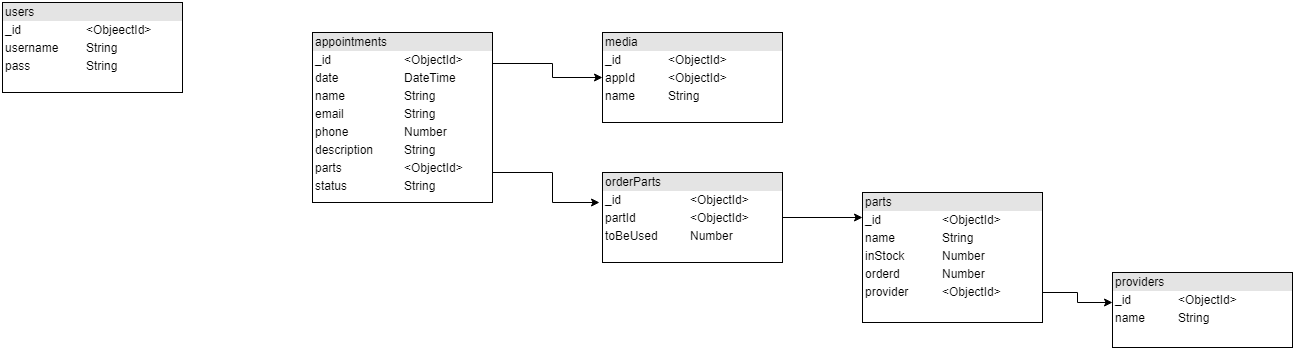
The draw.io diagram arhitecture/Database.png in argalex/BikeS, before a commit. Source tidied: cells renumbered, new cells last; positions are measured from the earlier drawing's top-left corner, leaving out a move shared by most shapes. Source of this version:
```xml
<mxGraphModel background="#ffffff">
  <root>
    <mxCell id="0" />
    <mxCell id="1" parent="0" />
    <mxCell id="2" value="&lt;div style=&quot;box-sizing: border-box ; width: 100% ; background: #e4e4e4 ; padding: 2px&quot;&gt;users&lt;/div&gt;&lt;table style=&quot;width: 100% ; font-size: 1em&quot; cellpadding=&quot;2&quot; cellspacing=&quot;0&quot;&gt;&lt;tbody&gt;&lt;tr&gt;&lt;td&gt;_id&lt;/td&gt;&lt;td&gt;&amp;lt;ObjeectId&amp;gt;&lt;/td&gt;&lt;/tr&gt;&lt;tr&gt;&lt;td&gt;username&lt;/td&gt;&lt;td&gt;String&lt;/td&gt;&lt;/tr&gt;&lt;tr&gt;&lt;td&gt;pass&lt;/td&gt;&lt;td&gt;String&lt;/td&gt;&lt;/tr&gt;&lt;/tbody&gt;&lt;/table&gt;" style="verticalAlign=top;align=left;overflow=fill;html=1;" parent="1" vertex="1">
      <mxGeometry width="180" height="90" as="geometry" />
    </mxCell>
    <mxCell id="3" style="edgeStyle=orthogonalEdgeStyle;rounded=0;jettySize=auto;html=1;exitX=1;exitY=0.194;exitDx=0;exitDy=0;exitPerimeter=0;entryX=0;entryY=0.5;entryDx=0;entryDy=0;" parent="1" edge="1" source="5" target="6">
      <mxGeometry relative="1" as="geometry">
        <Array as="points">
          <mxPoint x="550" y="61" />
          <mxPoint x="550" y="75" />
        </Array>
      </mxGeometry>
    </mxCell>
    <mxCell id="4" style="edgeStyle=orthogonalEdgeStyle;rounded=0;jettySize=auto;html=1;" parent="1" edge="1" source="5">
      <mxGeometry relative="1" as="geometry">
        <mxPoint x="597" y="200" as="targetPoint" />
        <Array as="points">
          <mxPoint x="550" y="170" />
          <mxPoint x="550" y="200" />
        </Array>
      </mxGeometry>
    </mxCell>
    <mxCell id="5" value="&lt;div style=&quot;box-sizing: border-box ; width: 100% ; background: #e4e4e4 ; padding: 2px&quot;&gt;appointments&lt;/div&gt;&lt;table style=&quot;width: 100% ; font-size: 1em&quot; cellpadding=&quot;2&quot; cellspacing=&quot;0&quot;&gt;&lt;tbody&gt;&lt;tr&gt;&lt;td&gt;_id&lt;/td&gt;&lt;td&gt;&amp;lt;ObjectId&amp;gt;&lt;/td&gt;&lt;/tr&gt;&lt;tr&gt;&lt;td&gt;date&lt;/td&gt;&lt;td&gt;DateTime&lt;/td&gt;&lt;/tr&gt;&lt;tr&gt;&lt;td&gt;name&lt;/td&gt;&lt;td&gt;String&lt;/td&gt;&lt;/tr&gt;&lt;tr&gt;&lt;td&gt;email&lt;/td&gt;&lt;td&gt;String&lt;/td&gt;&lt;/tr&gt;&lt;tr&gt;&lt;td&gt;phone&lt;/td&gt;&lt;td&gt;Number&lt;/td&gt;&lt;/tr&gt;&lt;tr&gt;&lt;td&gt;description&lt;/td&gt;&lt;td&gt;String&lt;/td&gt;&lt;/tr&gt;&lt;tr&gt;&lt;td&gt;parts&lt;/td&gt;&lt;td&gt;&amp;lt;ObjectId&amp;gt;&lt;/td&gt;&lt;/tr&gt;&lt;tr&gt;&lt;td&gt;status&lt;/td&gt;&lt;td&gt;String&lt;/td&gt;&lt;/tr&gt;&lt;tr&gt;&lt;td&gt;&lt;br&gt;&lt;/td&gt;&lt;td&gt;&lt;/td&gt;&lt;/tr&gt;&lt;/tbody&gt;&lt;/table&gt;" style="verticalAlign=top;align=left;overflow=fill;html=1;" parent="1" vertex="1">
      <mxGeometry x="310" y="30" width="180" height="170" as="geometry" />
    </mxCell>
    <mxCell id="6" value="&lt;div style=&quot;box-sizing: border-box ; width: 100% ; background: #e4e4e4 ; padding: 2px&quot;&gt;media&lt;/div&gt;&lt;table style=&quot;width: 100% ; font-size: 1em&quot; cellpadding=&quot;2&quot; cellspacing=&quot;0&quot;&gt;&lt;tbody&gt;&lt;tr&gt;&lt;td&gt;_id&lt;/td&gt;&lt;td&gt;&amp;lt;ObjectId&amp;gt;&lt;/td&gt;&lt;/tr&gt;&lt;tr&gt;&lt;td&gt;appId&lt;/td&gt;&lt;td&gt;&amp;lt;ObjectId&amp;gt;&lt;/td&gt;&lt;/tr&gt;&lt;tr&gt;&lt;td&gt;name&lt;/td&gt;&lt;td&gt;String&lt;/td&gt;&lt;/tr&gt;&lt;/tbody&gt;&lt;/table&gt;" style="verticalAlign=top;align=left;overflow=fill;html=1;" parent="1" vertex="1">
      <mxGeometry x="600" y="30" width="180" height="90" as="geometry" />
    </mxCell>
    <mxCell id="7" style="edgeStyle=orthogonalEdgeStyle;rounded=0;jettySize=auto;html=1;entryX=0;entryY=0.4;entryDx=0;entryDy=0;entryPerimeter=0;" parent="1" edge="1" source="8" target="11">
      <mxGeometry relative="1" as="geometry">
        <Array as="points">
          <mxPoint x="1075" y="290" />
          <mxPoint x="1075" y="300" />
        </Array>
      </mxGeometry>
    </mxCell>
    <mxCell id="8" value="&lt;div style=&quot;box-sizing: border-box ; width: 100% ; background: #e4e4e4 ; padding: 2px&quot;&gt;parts&lt;/div&gt;&lt;table style=&quot;width: 100% ; font-size: 1em&quot; cellpadding=&quot;2&quot; cellspacing=&quot;0&quot;&gt;&lt;tbody&gt;&lt;tr&gt;&lt;td&gt;_id&lt;/td&gt;&lt;td&gt;&amp;lt;ObjectId&amp;gt;&lt;/td&gt;&lt;/tr&gt;&lt;tr&gt;&lt;td&gt;name&lt;/td&gt;&lt;td&gt;String&lt;/td&gt;&lt;/tr&gt;&lt;tr&gt;&lt;td&gt;inStock&lt;/td&gt;&lt;td&gt;Number&lt;/td&gt;&lt;/tr&gt;&lt;tr&gt;&lt;td&gt;orderd&lt;/td&gt;&lt;td&gt;Number&lt;/td&gt;&lt;/tr&gt;&lt;tr&gt;&lt;td&gt;provider&lt;/td&gt;&lt;td&gt;&amp;lt;ObjectId&amp;gt;&lt;/td&gt;&lt;/tr&gt;&lt;/tbody&gt;&lt;/table&gt;" style="verticalAlign=top;align=left;overflow=fill;html=1;" parent="1" vertex="1">
      <mxGeometry x="860" y="190" width="180" height="130" as="geometry" />
    </mxCell>
    <mxCell id="9" style="edgeStyle=orthogonalEdgeStyle;rounded=0;jettySize=auto;html=1;" parent="1" edge="1" source="10">
      <mxGeometry relative="1" as="geometry">
        <mxPoint x="860" y="215" as="targetPoint" />
        <Array as="points">
          <mxPoint x="860" y="215" />
        </Array>
      </mxGeometry>
    </mxCell>
    <mxCell id="10" value="&lt;div style=&quot;box-sizing: border-box ; width: 100% ; background: #e4e4e4 ; padding: 2px&quot;&gt;orderParts&lt;/div&gt;&lt;table style=&quot;width: 100% ; font-size: 1em&quot; cellpadding=&quot;2&quot; cellspacing=&quot;0&quot;&gt;&lt;tbody&gt;&lt;tr&gt;&lt;td&gt;_id&lt;/td&gt;&lt;td&gt;&amp;lt;ObjectId&amp;gt;&lt;/td&gt;&lt;/tr&gt;&lt;tr&gt;&lt;td&gt;partId&lt;/td&gt;&lt;td&gt;&amp;lt;ObjectId&amp;gt;&lt;/td&gt;&lt;/tr&gt;&lt;tr&gt;&lt;td&gt;toBeUsed&lt;/td&gt;&lt;td&gt;Number&lt;/td&gt;&lt;/tr&gt;&lt;/tbody&gt;&lt;/table&gt;" style="verticalAlign=top;align=left;overflow=fill;html=1;" parent="1" vertex="1">
      <mxGeometry x="600" y="170" width="180" height="90" as="geometry" />
    </mxCell>
    <mxCell id="11" value="&lt;div style=&quot;box-sizing: border-box ; width: 100% ; background: #e4e4e4 ; padding: 2px&quot;&gt;providers&lt;/div&gt;&lt;table style=&quot;width: 100% ; font-size: 1em&quot; cellpadding=&quot;2&quot; cellspacing=&quot;0&quot;&gt;&lt;tbody&gt;&lt;tr&gt;&lt;td&gt;_id&lt;/td&gt;&lt;td&gt;&amp;lt;ObjectId&amp;gt;&lt;/td&gt;&lt;/tr&gt;&lt;tr&gt;&lt;td&gt;name&lt;/td&gt;&lt;td&gt;String&lt;/td&gt;&lt;/tr&gt;&lt;/tbody&gt;&lt;/table&gt;" style="verticalAlign=top;align=left;overflow=fill;html=1;" parent="1" vertex="1">
      <mxGeometry x="1110" y="270" width="180" height="75" as="geometry" />
    </mxCell>
  </root>
</mxGraphModel>
```
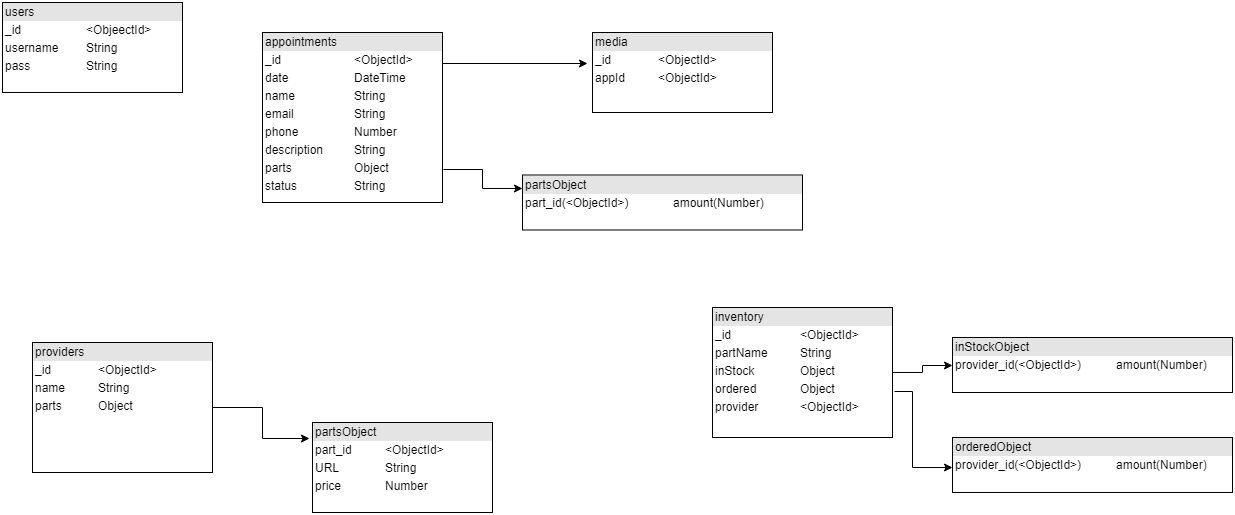
The same diagram one commit later.

What changed in the source:
```diff
@@ -5,53 +5,54 @@
     <mxCell id="2" value="&lt;div style=&quot;box-sizing: border-box ; width: 100% ; background: #e4e4e4 ; padding: 2px&quot;&gt;users&lt;/div&gt;&lt;table style=&quot;width: 100% ; font-size: 1em&quot; cellpadding=&quot;2&quot; cellspacing=&quot;0&quot;&gt;&lt;tbody&gt;&lt;tr&gt;&lt;td&gt;_id&lt;/td&gt;&lt;td&gt;&amp;lt;ObjeectId&amp;gt;&lt;/td&gt;&lt;/tr&gt;&lt;tr&gt;&lt;td&gt;username&lt;/td&gt;&lt;td&gt;String&lt;/td&gt;&lt;/tr&gt;&lt;tr&gt;&lt;td&gt;pass&lt;/td&gt;&lt;td&gt;String&lt;/td&gt;&lt;/tr&gt;&lt;/tbody&gt;&lt;/table&gt;" style="verticalAlign=top;align=left;overflow=fill;html=1;" parent="1" vertex="1">
       <mxGeometry width="180" height="90" as="geometry" />
     </mxCell>
-    <mxCell id="3" style="edgeStyle=orthogonalEdgeStyle;rounded=0;jettySize=auto;html=1;exitX=1;exitY=0.194;exitDx=0;exitDy=0;exitPerimeter=0;entryX=0;entryY=0.5;entryDx=0;entryDy=0;" parent="1" edge="1" source="5" target="6">
+    <mxCell id="3" style="edgeStyle=orthogonalEdgeStyle;rounded=0;jettySize=auto;html=1;exitX=1;exitY=0.194;exitDx=0;exitDy=0;exitPerimeter=0;entryX=-0.028;entryY=0.388;entryDx=0;entryDy=0;entryPerimeter=0;" parent="1" edge="1" source="5" target="6">
       <mxGeometry relative="1" as="geometry">
         <Array as="points">
-          <mxPoint x="550" y="61" />
-          <mxPoint x="550" y="75" />
+          <mxPoint x="440" y="61" />
         </Array>
       </mxGeometry>
     </mxCell>
-    <mxCell id="4" style="edgeStyle=orthogonalEdgeStyle;rounded=0;jettySize=auto;html=1;" parent="1" edge="1" source="5">
-      <mxGeometry relative="1" as="geometry">
-        <mxPoint x="597" y="200" as="targetPoint" />
-        <Array as="points">
-          <mxPoint x="550" y="170" />
-          <mxPoint x="550" y="200" />
-        </Array>
-      </mxGeometry>
-    </mxCell>
+    <mxCell id="12" style="edgeStyle=orthogonalEdgeStyle;rounded=0;jettySize=auto;html=1;entryX=0;entryY=0.25;entryDx=0;entryDy=0;exitX=1.006;exitY=0.806;exitDx=0;exitDy=0;exitPerimeter=0;" parent="1" edge="1" source="5" target="19">
+      <mxGeometry relative="1" as="geometry" />
+    </mxCell>
-    <mxCell id="5" value="&lt;div style=&quot;box-sizing: border-box ; width: 100% ; background: #e4e4e4 ; padding: 2px&quot;&gt;appointments&lt;/div&gt;&lt;table style=&quot;width: 100% ; font-size: 1em&quot; cellpadding=&quot;2&quot; cellspacing=&quot;0&quot;&gt;&lt;tbody&gt;&lt;tr&gt;&lt;td&gt;_id&lt;/td&gt;&lt;td&gt;&amp;lt;ObjectId&amp;gt;&lt;/td&gt;&lt;/tr&gt;&lt;tr&gt;&lt;td&gt;date&lt;/td&gt;&lt;td&gt;DateTime&lt;/td&gt;&lt;/tr&gt;&lt;tr&gt;&lt;td&gt;name&lt;/td&gt;&lt;td&gt;String&lt;/td&gt;&lt;/tr&gt;&lt;tr&gt;&lt;td&gt;email&lt;/td&gt;&lt;td&gt;String&lt;/td&gt;&lt;/tr&gt;&lt;tr&gt;&lt;td&gt;phone&lt;/td&gt;&lt;td&gt;Number&lt;/td&gt;&lt;/tr&gt;&lt;tr&gt;&lt;td&gt;description&lt;/td&gt;&lt;td&gt;String&lt;/td&gt;&lt;/tr&gt;&lt;tr&gt;&lt;td&gt;parts&lt;/td&gt;&lt;td&gt;&amp;lt;ObjectId&amp;gt;&lt;/td&gt;&lt;/tr&gt;&lt;tr&gt;&lt;td&gt;status&lt;/td&gt;&lt;td&gt;String&lt;/td&gt;&lt;/tr&gt;&lt;tr&gt;&lt;td&gt;&lt;br&gt;&lt;/td&gt;&lt;td&gt;&lt;/td&gt;&lt;/tr&gt;&lt;/tbody&gt;&lt;/table&gt;" style="verticalAlign=top;align=left;overflow=fill;html=1;" parent="1" vertex="1">
-      <mxGeometry x="310" y="30" width="180" height="170" as="geometry" />
+    <mxCell id="5" value="&lt;div style=&quot;box-sizing: border-box ; width: 100% ; background: #e4e4e4 ; padding: 2px&quot;&gt;appointments&lt;/div&gt;&lt;table style=&quot;width: 100% ; font-size: 1em&quot; cellpadding=&quot;2&quot; cellspacing=&quot;0&quot;&gt;&lt;tbody&gt;&lt;tr&gt;&lt;td&gt;_id&lt;/td&gt;&lt;td&gt;&amp;lt;ObjectId&amp;gt;&lt;/td&gt;&lt;/tr&gt;&lt;tr&gt;&lt;td&gt;date&lt;/td&gt;&lt;td&gt;DateTime&lt;/td&gt;&lt;/tr&gt;&lt;tr&gt;&lt;td&gt;name&lt;/td&gt;&lt;td&gt;String&lt;/td&gt;&lt;/tr&gt;&lt;tr&gt;&lt;td&gt;email&lt;/td&gt;&lt;td&gt;String&lt;/td&gt;&lt;/tr&gt;&lt;tr&gt;&lt;td&gt;phone&lt;/td&gt;&lt;td&gt;Number&lt;/td&gt;&lt;/tr&gt;&lt;tr&gt;&lt;td&gt;description&lt;/td&gt;&lt;td&gt;String&lt;/td&gt;&lt;/tr&gt;&lt;tr&gt;&lt;td&gt;parts&lt;/td&gt;&lt;td&gt;Object&lt;/td&gt;&lt;/tr&gt;&lt;tr&gt;&lt;td&gt;status&lt;/td&gt;&lt;td&gt;String&lt;/td&gt;&lt;/tr&gt;&lt;tr&gt;&lt;td&gt;&lt;br&gt;&lt;/td&gt;&lt;td&gt;&lt;/td&gt;&lt;/tr&gt;&lt;/tbody&gt;&lt;/table&gt;" style="verticalAlign=top;align=left;overflow=fill;html=1;" parent="1" vertex="1">
+      <mxGeometry x="260" y="30" width="180" height="170" as="geometry" />
     </mxCell>
-    <mxCell id="6" value="&lt;div style=&quot;box-sizing: border-box ; width: 100% ; background: #e4e4e4 ; padding: 2px&quot;&gt;media&lt;/div&gt;&lt;table style=&quot;width: 100% ; font-size: 1em&quot; cellpadding=&quot;2&quot; cellspacing=&quot;0&quot;&gt;&lt;tbody&gt;&lt;tr&gt;&lt;td&gt;_id&lt;/td&gt;&lt;td&gt;&amp;lt;ObjectId&amp;gt;&lt;/td&gt;&lt;/tr&gt;&lt;tr&gt;&lt;td&gt;appId&lt;/td&gt;&lt;td&gt;&amp;lt;ObjectId&amp;gt;&lt;/td&gt;&lt;/tr&gt;&lt;tr&gt;&lt;td&gt;name&lt;/td&gt;&lt;td&gt;String&lt;/td&gt;&lt;/tr&gt;&lt;/tbody&gt;&lt;/table&gt;" style="verticalAlign=top;align=left;overflow=fill;html=1;" parent="1" vertex="1">
-      <mxGeometry x="600" y="30" width="180" height="90" as="geometry" />
+    <mxCell id="6" value="&lt;div style=&quot;box-sizing: border-box ; width: 100% ; background: #e4e4e4 ; padding: 2px&quot;&gt;media&lt;/div&gt;&lt;table style=&quot;width: 100% ; font-size: 1em&quot; cellpadding=&quot;2&quot; cellspacing=&quot;0&quot;&gt;&lt;tbody&gt;&lt;tr&gt;&lt;td&gt;_id&lt;/td&gt;&lt;td&gt;&amp;lt;ObjectId&amp;gt;&lt;/td&gt;&lt;/tr&gt;&lt;tr&gt;&lt;td&gt;appId&lt;/td&gt;&lt;td&gt;&amp;lt;ObjectId&amp;gt;&lt;/td&gt;&lt;/tr&gt;&lt;/tbody&gt;&lt;/table&gt;" style="verticalAlign=top;align=left;overflow=fill;html=1;" parent="1" vertex="1">
+      <mxGeometry x="590" y="30" width="180" height="80" as="geometry" />
     </mxCell>
-    <mxCell id="7" style="edgeStyle=orthogonalEdgeStyle;rounded=0;jettySize=auto;html=1;entryX=0;entryY=0.4;entryDx=0;entryDy=0;entryPerimeter=0;" parent="1" edge="1" source="8" target="11">
-      <mxGeometry relative="1" as="geometry">
-        <Array as="points">
-          <mxPoint x="1075" y="290" />
-          <mxPoint x="1075" y="300" />
-        </Array>
-      </mxGeometry>
-    </mxCell>
+    <mxCell id="13" style="edgeStyle=orthogonalEdgeStyle;rounded=0;jettySize=auto;html=1;entryX=0;entryY=0.5;entryDx=0;entryDy=0;" parent="1" edge="1" source="8" target="17">
+      <mxGeometry relative="1" as="geometry" />
+    </mxCell>
+    <mxCell id="14" style="edgeStyle=orthogonalEdgeStyle;rounded=0;jettySize=auto;html=1;exitX=1.011;exitY=0.646;exitDx=0;exitDy=0;exitPerimeter=0;entryX=0;entryY=0.5;entryDx=0;entryDy=0;" parent="1" edge="1" source="8">
+      <mxGeometry relative="1" as="geometry">
+        <mxPoint x="950" y="465" as="targetPoint" />
+        <Array as="points">
+          <mxPoint x="910" y="389" />
+          <mxPoint x="910" y="465" />
+        </Array>
+      </mxGeometry>
+    </mxCell>
-    <mxCell id="8" value="&lt;div style=&quot;box-sizing: border-box ; width: 100% ; background: #e4e4e4 ; padding: 2px&quot;&gt;parts&lt;/div&gt;&lt;table style=&quot;width: 100% ; font-size: 1em&quot; cellpadding=&quot;2&quot; cellspacing=&quot;0&quot;&gt;&lt;tbody&gt;&lt;tr&gt;&lt;td&gt;_id&lt;/td&gt;&lt;td&gt;&amp;lt;ObjectId&amp;gt;&lt;/td&gt;&lt;/tr&gt;&lt;tr&gt;&lt;td&gt;name&lt;/td&gt;&lt;td&gt;String&lt;/td&gt;&lt;/tr&gt;&lt;tr&gt;&lt;td&gt;inStock&lt;/td&gt;&lt;td&gt;Number&lt;/td&gt;&lt;/tr&gt;&lt;tr&gt;&lt;td&gt;orderd&lt;/td&gt;&lt;td&gt;Number&lt;/td&gt;&lt;/tr&gt;&lt;tr&gt;&lt;td&gt;provider&lt;/td&gt;&lt;td&gt;&amp;lt;ObjectId&amp;gt;&lt;/td&gt;&lt;/tr&gt;&lt;/tbody&gt;&lt;/table&gt;" style="verticalAlign=top;align=left;overflow=fill;html=1;" parent="1" vertex="1">
-      <mxGeometry x="860" y="190" width="180" height="130" as="geometry" />
+    <mxCell id="8" value="&lt;div style=&quot;box-sizing: border-box ; width: 100% ; background: #e4e4e4 ; padding: 2px&quot;&gt;inventory&lt;/div&gt;&lt;table style=&quot;width: 100% ; font-size: 1em&quot; cellpadding=&quot;2&quot; cellspacing=&quot;0&quot;&gt;&lt;tbody&gt;&lt;tr&gt;&lt;td&gt;_id&lt;/td&gt;&lt;td&gt;&amp;lt;ObjectId&amp;gt;&lt;/td&gt;&lt;/tr&gt;&lt;tr&gt;&lt;td&gt;partName&lt;/td&gt;&lt;td&gt;String&lt;/td&gt;&lt;/tr&gt;&lt;tr&gt;&lt;td&gt;inStock&lt;/td&gt;&lt;td&gt;Object&lt;/td&gt;&lt;/tr&gt;&lt;tr&gt;&lt;td&gt;ordered&lt;/td&gt;&lt;td&gt;Object&lt;/td&gt;&lt;/tr&gt;&lt;tr&gt;&lt;td&gt;provider&lt;/td&gt;&lt;td&gt;&amp;lt;ObjectId&amp;gt;&lt;/td&gt;&lt;/tr&gt;&lt;/tbody&gt;&lt;/table&gt;" style="verticalAlign=top;align=left;overflow=fill;html=1;" parent="1" vertex="1">
+      <mxGeometry x="710" y="305" width="180" height="130" as="geometry" />
     </mxCell>
-    <mxCell id="9" style="edgeStyle=orthogonalEdgeStyle;rounded=0;jettySize=auto;html=1;" parent="1" edge="1" source="10">
-      <mxGeometry relative="1" as="geometry">
-        <mxPoint x="860" y="215" as="targetPoint" />
-        <Array as="points">
-          <mxPoint x="860" y="215" />
-        </Array>
-      </mxGeometry>
-    </mxCell>
-    <mxCell id="10" value="&lt;div style=&quot;box-sizing: border-box ; width: 100% ; background: #e4e4e4 ; padding: 2px&quot;&gt;orderParts&lt;/div&gt;&lt;table style=&quot;width: 100% ; font-size: 1em&quot; cellpadding=&quot;2&quot; cellspacing=&quot;0&quot;&gt;&lt;tbody&gt;&lt;tr&gt;&lt;td&gt;_id&lt;/td&gt;&lt;td&gt;&amp;lt;ObjectId&amp;gt;&lt;/td&gt;&lt;/tr&gt;&lt;tr&gt;&lt;td&gt;partId&lt;/td&gt;&lt;td&gt;&amp;lt;ObjectId&amp;gt;&lt;/td&gt;&lt;/tr&gt;&lt;tr&gt;&lt;td&gt;toBeUsed&lt;/td&gt;&lt;td&gt;Number&lt;/td&gt;&lt;/tr&gt;&lt;/tbody&gt;&lt;/table&gt;" style="verticalAlign=top;align=left;overflow=fill;html=1;" parent="1" vertex="1">
-      <mxGeometry x="600" y="170" width="180" height="90" as="geometry" />
-    </mxCell>
+    <mxCell id="15" style="edgeStyle=orthogonalEdgeStyle;rounded=0;jettySize=auto;html=1;entryX=-0.017;entryY=0.178;entryDx=0;entryDy=0;entryPerimeter=0;" parent="1" edge="1" source="11" target="16">
+      <mxGeometry relative="1" as="geometry" />
+    </mxCell>
-    <mxCell id="11" value="&lt;div style=&quot;box-sizing: border-box ; width: 100% ; background: #e4e4e4 ; padding: 2px&quot;&gt;providers&lt;/div&gt;&lt;table style=&quot;width: 100% ; font-size: 1em&quot; cellpadding=&quot;2&quot; cellspacing=&quot;0&quot;&gt;&lt;tbody&gt;&lt;tr&gt;&lt;td&gt;_id&lt;/td&gt;&lt;td&gt;&amp;lt;ObjectId&amp;gt;&lt;/td&gt;&lt;/tr&gt;&lt;tr&gt;&lt;td&gt;name&lt;/td&gt;&lt;td&gt;String&lt;/td&gt;&lt;/tr&gt;&lt;/tbody&gt;&lt;/table&gt;" style="verticalAlign=top;align=left;overflow=fill;html=1;" parent="1" vertex="1">
-      <mxGeometry x="1110" y="270" width="180" height="75" as="geometry" />
+    <mxCell id="11" value="&lt;div style=&quot;box-sizing: border-box ; width: 100% ; background: #e4e4e4 ; padding: 2px&quot;&gt;providers&lt;/div&gt;&lt;table style=&quot;width: 100% ; font-size: 1em&quot; cellpadding=&quot;2&quot; cellspacing=&quot;0&quot;&gt;&lt;tbody&gt;&lt;tr&gt;&lt;td&gt;_id&lt;/td&gt;&lt;td&gt;&amp;lt;ObjectId&amp;gt;&lt;/td&gt;&lt;/tr&gt;&lt;tr&gt;&lt;td&gt;name&lt;/td&gt;&lt;td&gt;String&lt;/td&gt;&lt;/tr&gt;&lt;tr&gt;&lt;td&gt;parts&lt;/td&gt;&lt;td&gt;Object&lt;/td&gt;&lt;/tr&gt;&lt;tr&gt;&lt;td&gt;&lt;br&gt;&lt;/td&gt;&lt;td&gt;&lt;br&gt;&lt;/td&gt;&lt;/tr&gt;&lt;/tbody&gt;&lt;/table&gt;" style="verticalAlign=top;align=left;overflow=fill;html=1;" parent="1" vertex="1">
+      <mxGeometry x="30" y="340" width="180" height="130" as="geometry" />
     </mxCell>
+    <mxCell id="16" value="&lt;div style=&quot;box-sizing: border-box ; width: 100% ; background: #e4e4e4 ; padding: 2px&quot;&gt;partsObject&lt;/div&gt;&lt;table style=&quot;width: 100% ; font-size: 1em&quot; cellpadding=&quot;2&quot; cellspacing=&quot;0&quot;&gt;&lt;tbody&gt;&lt;tr&gt;&lt;td&gt;part_id&lt;/td&gt;&lt;td&gt;&amp;lt;ObjectId&amp;gt;&lt;/td&gt;&lt;/tr&gt;&lt;tr&gt;&lt;td&gt;URL&lt;/td&gt;&lt;td&gt;String&lt;/td&gt;&lt;/tr&gt;&lt;tr&gt;&lt;td&gt;price&lt;/td&gt;&lt;td&gt;Number&lt;/td&gt;&lt;/tr&gt;&lt;/tbody&gt;&lt;/table&gt;" style="verticalAlign=top;align=left;overflow=fill;html=1;" parent="1" vertex="1">
+      <mxGeometry x="310" y="420" width="180" height="90" as="geometry" />
+    </mxCell>
+    <mxCell id="17" value="&lt;div style=&quot;box-sizing: border-box ; width: 100% ; background: #e4e4e4 ; padding: 2px&quot;&gt;inStockObject&lt;/div&gt;&lt;table style=&quot;width: 100% ; font-size: 1em&quot; cellpadding=&quot;2&quot; cellspacing=&quot;0&quot;&gt;&lt;tbody&gt;&lt;tr&gt;&lt;td&gt;provider_id(&amp;lt;ObjectId&amp;gt;)&lt;/td&gt;&lt;td&gt;amount(Number)&lt;/td&gt;&lt;/tr&gt;&lt;/tbody&gt;&lt;/table&gt;" style="verticalAlign=top;align=left;overflow=fill;html=1;" parent="1" vertex="1">
+      <mxGeometry x="950" y="335" width="280" height="55" as="geometry" />
+    </mxCell>
+    <mxCell id="18" value="&lt;div style=&quot;box-sizing: border-box ; width: 100% ; background: #e4e4e4 ; padding: 2px&quot;&gt;orderedObject&lt;/div&gt;&lt;table style=&quot;width: 100% ; font-size: 1em&quot; cellpadding=&quot;2&quot; cellspacing=&quot;0&quot;&gt;&lt;tbody&gt;&lt;tr&gt;&lt;td&gt;provider_id(&amp;lt;ObjectId&amp;gt;)&lt;/td&gt;&lt;td&gt;amount(Number)&lt;/td&gt;&lt;/tr&gt;&lt;/tbody&gt;&lt;/table&gt;" style="verticalAlign=top;align=left;overflow=fill;html=1;" parent="1" vertex="1">
+      <mxGeometry x="950" y="435" width="280" height="55" as="geometry" />
+    </mxCell>
+    <mxCell id="19" value="&lt;div style=&quot;box-sizing: border-box ; width: 100% ; background: #e4e4e4 ; padding: 2px&quot;&gt;partsObject&lt;/div&gt;&lt;table style=&quot;width: 100% ; font-size: 1em&quot; cellpadding=&quot;2&quot; cellspacing=&quot;0&quot;&gt;&lt;tbody&gt;&lt;tr&gt;&lt;td&gt;part_id(&amp;lt;ObjectId&amp;gt;)&lt;/td&gt;&lt;td&gt;amount(Number)&lt;/td&gt;&lt;/tr&gt;&lt;/tbody&gt;&lt;/table&gt;" style="verticalAlign=top;align=left;overflow=fill;html=1;" parent="1" vertex="1">
+      <mxGeometry x="520" y="172.5" width="280" height="55" as="geometry" />
+    </mxCell>
   </root>
 </mxGraphModel>
```
